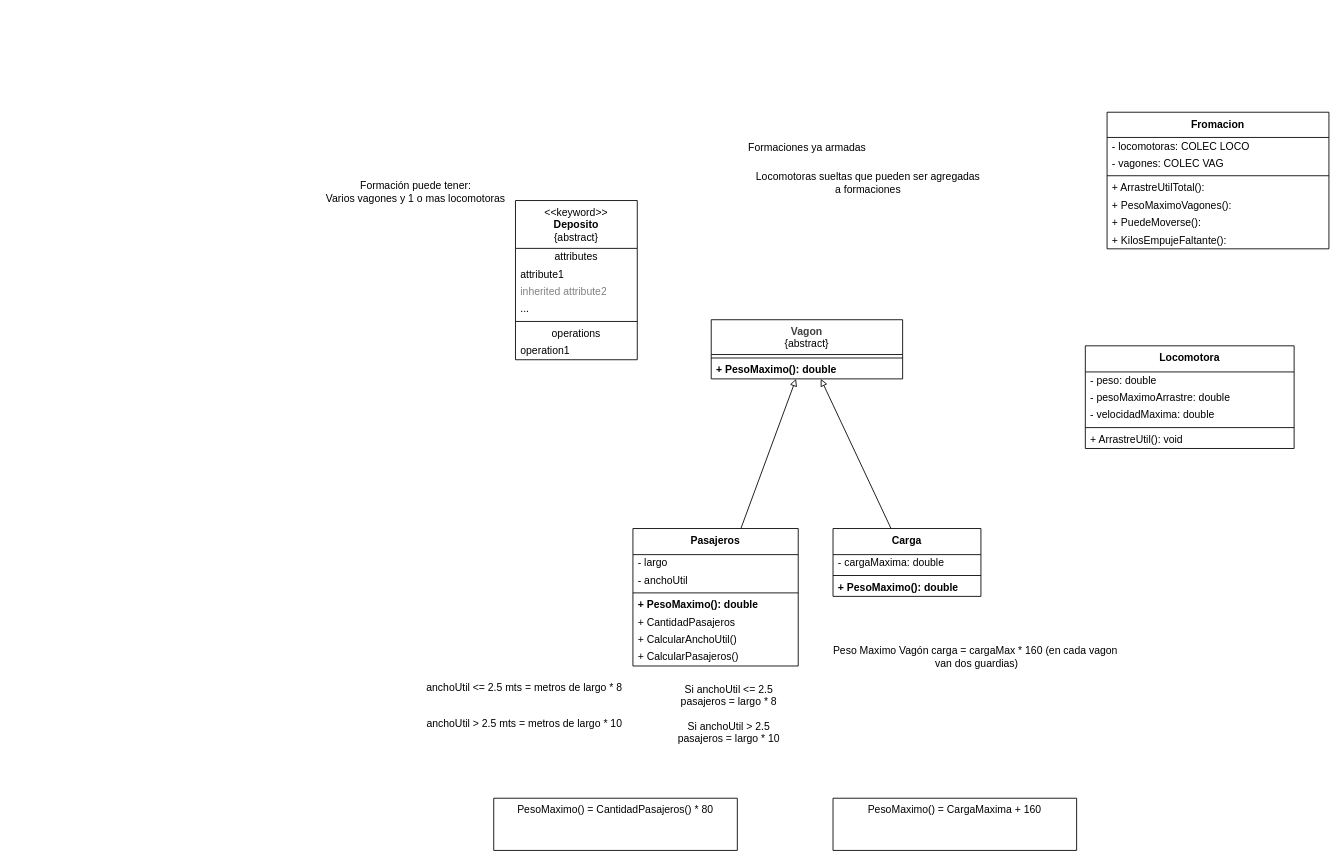
The draw.io diagram src/TrenesyDepositos/EJTrenesDepositosCS.dio in gastonjavierricchiardi/ejercicios-csharp-utn-2026, before the edit. Source tidied: cells renumbered, new cells numbered last; positions are measured from the earlier drawing's top-left corner, leaving out a move shared by most shapes. Both pictures are drawn from the tidied source at 87%, with x=0, y=0 at pixel (315, 112).
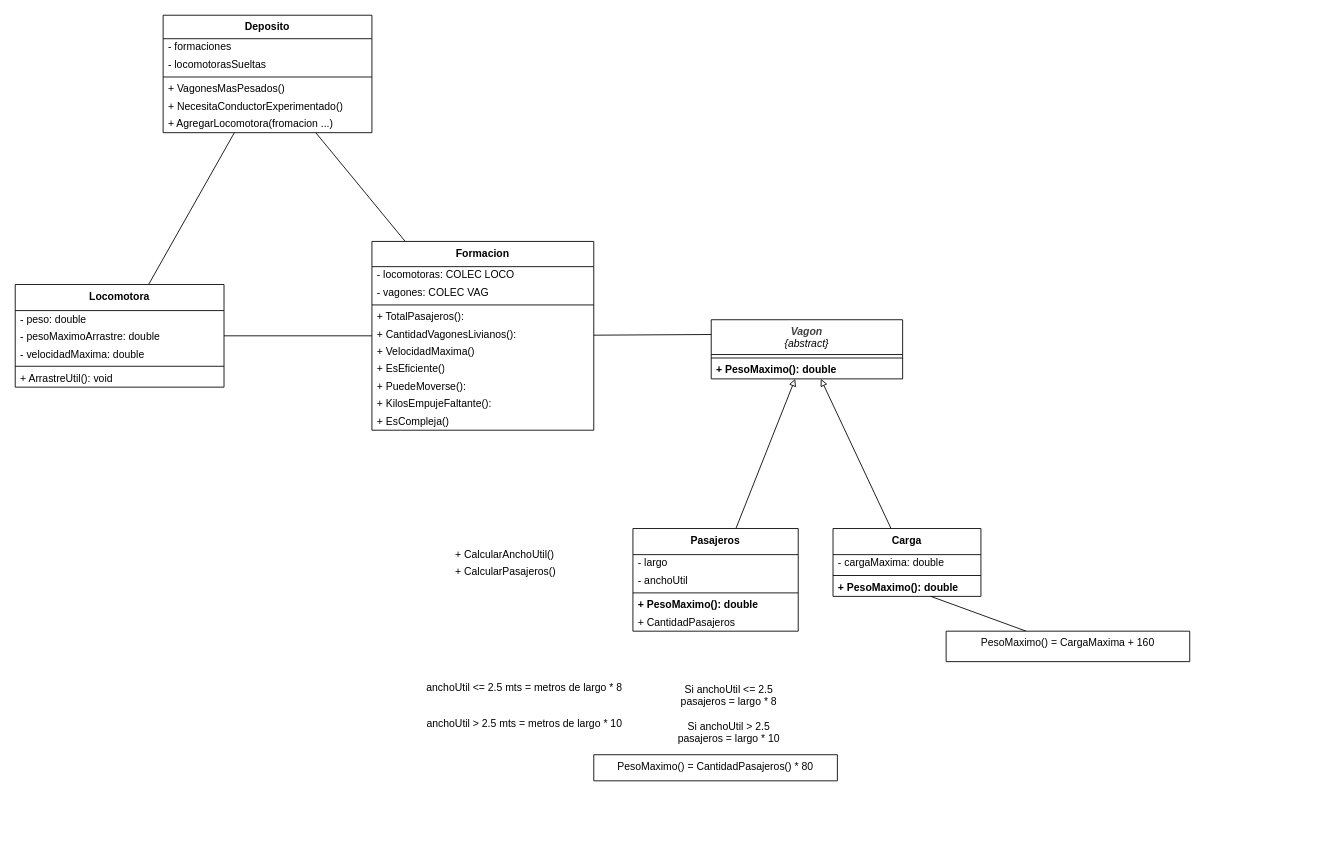
The same diagram, later.

The change refers to these unchanged cells:
```xml
<mxCell id="29" value="+ PesoMaximo(): double" style="text;html=1;strokeColor=none;fillColor=none;align=left;verticalAlign=middle;spacingLeft=4;spacingRight=4;overflow=hidden;points=[[0,0.5],[1,0.5]];portConstraint=eastwest;whiteSpace=wrap;fontStyle=1;" parent="26" vertex="1">
  <mxGeometry y="58" width="170" height="20" as="geometry" />
</mxCell>
```

Change to the diagram source:
```diff
@@
-    <mxCell id="2" value="&amp;lt;&amp;lt;keyword&amp;gt;&amp;gt;&lt;br&gt;&lt;b&gt;Deposito&lt;/b&gt;&lt;br&gt;{abstract}" style="swimlane;fontStyle=0;align=center;verticalAlign=top;horizontal=1;startSize=55;html=1;whiteSpace=wrap;" parent="1" vertex="1">
-      <mxGeometry x="230" y="101" width="140" height="183" as="geometry" />
+    <mxCell id="2" value="&lt;b&gt;Deposito&lt;/b&gt;" style="swimlane;fontStyle=0;align=center;verticalAlign=top;horizontal=1;startSize=27;html=1;whiteSpace=wrap;" parent="1" vertex="1">
+      <mxGeometry x="-175" y="-112" width="240" height="135" as="geometry" />
     </mxCell>
-    <mxCell id="3" value="attributes" style="text;html=1;strokeColor=none;fillColor=none;align=center;verticalAlign=middle;spacingLeft=4;spacingRight=4;overflow=hidden;whiteSpace=wrap;" parent="2" vertex="1">
-      <mxGeometry y="55" width="140" height="20" as="geometry" />
-    </mxCell>
-    <mxCell id="4" value="attribute1" style="text;html=1;strokeColor=none;fillColor=none;align=left;verticalAlign=middle;spacingLeft=4;spacingRight=4;overflow=hidden;whiteSpace=wrap;" parent="2" vertex="1">
-      <mxGeometry y="75" width="140" height="20" as="geometry" />
+    <mxCell id="4" value="- formaciones" style="text;html=1;strokeColor=none;fillColor=none;align=left;verticalAlign=middle;spacingLeft=4;spacingRight=4;overflow=hidden;whiteSpace=wrap;" parent="2" vertex="1">
+      <mxGeometry y="27" width="240" height="20" as="geometry" />
     </mxCell>
-    <mxCell id="5" value="inherited attribute2" style="text;html=1;strokeColor=none;fillColor=none;align=left;verticalAlign=middle;spacingLeft=4;spacingRight=4;overflow=hidden;fontColor=#808080;whiteSpace=wrap;" parent="2" vertex="1">
-      <mxGeometry y="95" width="140" height="20" as="geometry" />
-    </mxCell>
-    <mxCell id="6" value="..." style="text;html=1;strokeColor=none;fillColor=none;align=left;verticalAlign=middle;spacingLeft=4;spacingRight=4;overflow=hidden;whiteSpace=wrap;" parent="2" vertex="1">
-      <mxGeometry y="115" width="140" height="20" as="geometry" />
-    </mxCell>
+    <mxCell id="50" value="- locomotorasSueltas" style="text;html=1;strokeColor=none;fillColor=none;align=left;verticalAlign=middle;spacingLeft=4;spacingRight=4;overflow=hidden;whiteSpace=wrap;" parent="2" vertex="1">
+      <mxGeometry y="47" width="240" height="20" as="geometry" />
+    </mxCell>
     <mxCell id="7" style="line;strokeWidth=1;fillColor=none;align=left;verticalAlign=middle;spacingTop=-1;spacingLeft=3;spacingRight=3;labelPosition=right;" parent="2" vertex="1">
-      <mxGeometry y="135" width="140" height="8" as="geometry" />
+      <mxGeometry y="67" width="240" height="8" as="geometry" />
     </mxCell>
-    <mxCell id="8" value="operations" style="text;html=1;strokeColor=none;fillColor=none;align=center;verticalAlign=middle;spacingLeft=4;spacingRight=4;overflow=hidden;whiteSpace=wrap;" parent="2" vertex="1">
-      <mxGeometry y="143" width="140" height="20" as="geometry" />
-    </mxCell>
-    <mxCell id="9" value="operation1" style="text;html=1;strokeColor=none;fillColor=none;align=left;verticalAlign=middle;spacingLeft=4;spacingRight=4;overflow=hidden;whiteSpace=wrap;" parent="2" vertex="1">
-      <mxGeometry y="163" width="140" height="20" as="geometry" />
+    <mxCell id="9" value="+ VagonesMasPesados()" style="text;html=1;strokeColor=none;fillColor=none;align=left;verticalAlign=middle;spacingLeft=4;spacingRight=4;overflow=hidden;whiteSpace=wrap;" parent="2" vertex="1">
+      <mxGeometry y="75" width="240" height="20" as="geometry" />
     </mxCell>
-    <mxCell id="10" value="Formación puede tener:&lt;div&gt;Varios vagones y 1 o mas locomotoras&lt;/div&gt;" style="text;html=1;align=center;verticalAlign=middle;strokeColor=none;fillColor=none;" parent="1" vertex="1">
-      <mxGeometry y="71" width="230" height="40" as="geometry" />
-    </mxCell>
-    <mxCell id="11" value="Formaciones ya armadas" style="text;html=1;align=center;verticalAlign=middle;strokeColor=none;fillColor=none;" parent="1" vertex="1">
-      <mxGeometry x="485" y="26" width="160" height="30" as="geometry" />
-    </mxCell>
-    <mxCell id="12" value="Locomotoras sueltas que pueden ser agregadas&lt;div&gt;a formaciones&lt;/div&gt;" style="text;html=1;align=center;verticalAlign=middle;strokeColor=none;fillColor=none;" parent="1" vertex="1">
-      <mxGeometry x="495" y="61" width="280" height="40" as="geometry" />
-    </mxCell>
+    <mxCell id="51" value="+ NecesitaConductorExperimentado()" style="text;html=1;strokeColor=none;fillColor=none;align=left;verticalAlign=middle;spacingLeft=4;spacingRight=4;overflow=hidden;whiteSpace=wrap;" parent="2" vertex="1">
+      <mxGeometry y="95" width="240" height="20" as="geometry" />
+    </mxCell>
+    <mxCell id="52" value="+ AgregarLocomotora(fromacion ...)" style="text;html=1;strokeColor=none;fillColor=none;align=left;verticalAlign=middle;spacingLeft=4;spacingRight=4;overflow=hidden;whiteSpace=wrap;" parent="2" vertex="1">
+      <mxGeometry y="115" width="240" height="20" as="geometry" />
+    </mxCell>
-    <mxCell id="13" value="&lt;b style=&quot;color: rgb(63, 63, 63); scrollbar-color: rgb(226, 226, 226) rgb(251, 251, 251);&quot;&gt;Vagon&lt;/b&gt;&lt;br style=&quot;color: rgb(63, 63, 63); scrollbar-color: rgb(226, 226, 226) rgb(251, 251, 251);&quot;&gt;&lt;span style=&quot;color: rgb(0, 0, 0);&quot;&gt;{abstract}&lt;/span&gt;" style="swimlane;fontStyle=0;align=center;verticalAlign=top;horizontal=1;startSize=40;html=1;whiteSpace=wrap;" parent="1" vertex="1">
+    <mxCell id="13" value="&lt;i&gt;&lt;b style=&quot;color: rgb(63, 63, 63); scrollbar-color: rgb(226, 226, 226) rgb(251, 251, 251);&quot;&gt;Vagon&lt;/b&gt;&lt;br style=&quot;color: rgb(63, 63, 63); scrollbar-color: rgb(226, 226, 226) rgb(251, 251, 251);&quot;&gt;&lt;span style=&quot;color: rgb(0, 0, 0);&quot;&gt;{abstract}&lt;/span&gt;&lt;/i&gt;" style="swimlane;fontStyle=0;align=center;verticalAlign=top;horizontal=1;startSize=40;html=1;whiteSpace=wrap;" parent="1" vertex="1">
       <mxGeometry x="455" y="238" width="220" height="68" as="geometry" />
     </mxCell>
@@
     <mxCell id="17" value="&lt;b&gt;Pasajeros&lt;/b&gt;" style="swimlane;fontStyle=0;align=center;verticalAlign=top;horizontal=1;startSize=30;html=1;whiteSpace=wrap;" parent="1" vertex="1">
-      <mxGeometry x="365" y="478" width="190" height="158" as="geometry" />
+      <mxGeometry x="365" y="478" width="190" height="118" as="geometry" />
     </mxCell>
@@
-    <mxCell id="23" value="+ CalcularAnchoUtil()" style="text;html=1;strokeColor=none;fillColor=none;align=left;verticalAlign=middle;spacingLeft=4;spacingRight=4;overflow=hidden;whiteSpace=wrap;" parent="17" vertex="1">
-      <mxGeometry y="118" width="190" height="20" as="geometry" />
-    </mxCell>
-    <mxCell id="24" value="+ CalcularPasajeros()" style="text;html=1;strokeColor=none;fillColor=none;align=left;verticalAlign=middle;spacingLeft=4;spacingRight=4;overflow=hidden;whiteSpace=wrap;" parent="17" vertex="1">
-      <mxGeometry y="138" width="190" height="20" as="geometry" />
-    </mxCell>
@@
-    <mxCell id="33" value="Peso Maximo Vagón carga = cargaMax * 160 (en cada vagon&amp;nbsp;&lt;div&gt;van dos guardias)&lt;/div&gt;" style="text;html=1;align=center;verticalAlign=middle;strokeColor=none;fillColor=none;" parent="1" vertex="1">
-      <mxGeometry x="585" y="606" width="350" height="40" as="geometry" />
-    </mxCell>
+    <mxCell id="53" style="edgeStyle=none;html=1;endArrow=none;endFill=0;" parent="1" edge="1" source="34" target="40">
+      <mxGeometry relative="1" as="geometry" />
+    </mxCell>
+    <mxCell id="54" style="edgeStyle=none;html=1;endArrow=none;endFill=0;" parent="1" edge="1" source="34" target="2">
+      <mxGeometry relative="1" as="geometry" />
+    </mxCell>
     <mxCell id="34" value="&lt;b&gt;Locomotora&lt;/b&gt;" style="swimlane;fontStyle=0;align=center;verticalAlign=top;horizontal=1;startSize=30;html=1;whiteSpace=wrap;" parent="1" vertex="1">
-      <mxGeometry x="885" y="268" width="240" height="118" as="geometry" />
+      <mxGeometry x="-345" y="197.5" width="240" height="118" as="geometry" />
     </mxCell>
@@
+    <mxCell id="55" style="edgeStyle=none;html=1;entryX=0;entryY=0.25;entryDx=0;entryDy=0;endArrow=none;endFill=0;" parent="1" edge="1" source="40" target="13">
+      <mxGeometry relative="1" as="geometry" />
+    </mxCell>
+    <mxCell id="56" style="edgeStyle=none;html=1;endArrow=none;endFill=0;" parent="1" edge="1" source="40" target="2">
+      <mxGeometry relative="1" as="geometry" />
+    </mxCell>
-    <mxCell id="40" value="&lt;b&gt;Fromacion&lt;/b&gt;" style="swimlane;fontStyle=0;align=center;verticalAlign=top;horizontal=1;startSize=29;html=1;whiteSpace=wrap;" parent="1" vertex="1">
-      <mxGeometry x="910" y="-0.5" width="255" height="157" as="geometry" />
+    <mxCell id="40" value="&lt;b&gt;Formacion&lt;/b&gt;" style="swimlane;fontStyle=0;align=center;verticalAlign=top;horizontal=1;startSize=29;html=1;whiteSpace=wrap;" parent="1" vertex="1">
+      <mxGeometry x="65" y="148" width="255" height="217" as="geometry" />
     </mxCell>
@@
-    <mxCell id="44" value="+ ArrastreUtilTotal():" style="text;html=1;strokeColor=none;fillColor=none;align=left;verticalAlign=middle;spacingLeft=4;spacingRight=4;overflow=hidden;whiteSpace=wrap;" parent="40" vertex="1">
-      <mxGeometry y="77" width="255" height="20" as="geometry" />
-    </mxCell>
-    <mxCell id="45" value="+ PesoMaximoVagones():" style="text;html=1;strokeColor=none;fillColor=none;align=left;verticalAlign=middle;spacingLeft=4;spacingRight=4;overflow=hidden;whiteSpace=wrap;" parent="40" vertex="1">
-      <mxGeometry y="97" width="255" height="20" as="geometry" />
-    </mxCell>
+    <mxCell id="57" value="+ TotalPasajeros():" style="text;html=1;strokeColor=none;fillColor=none;align=left;verticalAlign=middle;spacingLeft=4;spacingRight=4;overflow=hidden;whiteSpace=wrap;" parent="40" vertex="1">
+      <mxGeometry y="77" width="255" height="20" as="geometry" />
+    </mxCell>
+    <mxCell id="58" value="+ CantidadVagonesLivianos():" style="text;html=1;strokeColor=none;fillColor=none;align=left;verticalAlign=middle;spacingLeft=4;spacingRight=4;overflow=hidden;whiteSpace=wrap;" parent="40" vertex="1">
+      <mxGeometry y="97" width="255" height="20" as="geometry" />
+    </mxCell>
+    <mxCell id="59" value="+ VelocidadMaxima()" style="text;html=1;strokeColor=none;fillColor=none;align=left;verticalAlign=middle;spacingLeft=4;spacingRight=4;overflow=hidden;whiteSpace=wrap;" parent="40" vertex="1">
+      <mxGeometry y="117" width="255" height="20" as="geometry" />
+    </mxCell>
+    <mxCell id="60" value="+ EsEficiente()" style="text;html=1;strokeColor=none;fillColor=none;align=left;verticalAlign=middle;spacingLeft=4;spacingRight=4;overflow=hidden;whiteSpace=wrap;" parent="40" vertex="1">
+      <mxGeometry y="137" width="255" height="20" as="geometry" />
+    </mxCell>
     <mxCell id="46" value="+ PuedeMoverse():" style="text;html=1;strokeColor=none;fillColor=none;align=left;verticalAlign=middle;spacingLeft=4;spacingRight=4;overflow=hidden;whiteSpace=wrap;" parent="40" vertex="1">
-      <mxGeometry y="117" width="255" height="20" as="geometry" />
+      <mxGeometry y="157" width="255" height="20" as="geometry" />
     </mxCell>
     <mxCell id="47" value="+ KilosEmpujeFaltante():" style="text;html=1;strokeColor=none;fillColor=none;align=left;verticalAlign=middle;spacingLeft=4;spacingRight=4;overflow=hidden;whiteSpace=wrap;" parent="40" vertex="1">
-      <mxGeometry y="137" width="255" height="20" as="geometry" />
+      <mxGeometry y="177" width="255" height="20" as="geometry" />
     </mxCell>
+    <mxCell id="61" value="+ EsCompleja()" style="text;html=1;strokeColor=none;fillColor=none;align=left;verticalAlign=middle;spacingLeft=4;spacingRight=4;overflow=hidden;whiteSpace=wrap;" parent="40" vertex="1">
+      <mxGeometry y="197" width="255" height="20" as="geometry" />
+    </mxCell>
     <mxCell id="48" value="PesoMaximo() = CantidadPasajeros() * 80" style="shape=note2;boundedLbl=1;whiteSpace=wrap;html=1;size=0;verticalAlign=top;align=center;" parent="1" vertex="1">
-      <mxGeometry x="205" y="788" width="280" height="60" as="geometry" />
+      <mxGeometry x="320" y="738" width="280" height="30" as="geometry" />
     </mxCell>
+    <mxCell id="62" style="edgeStyle=none;html=1;endArrow=none;endFill=0;" parent="1" edge="1" source="49" target="29">
+      <mxGeometry relative="1" as="geometry" />
+    </mxCell>
     <mxCell id="49" value="PesoMaximo() = CargaMaxima + 160" style="shape=note2;boundedLbl=1;whiteSpace=wrap;html=1;size=0;verticalAlign=top;align=center;" parent="1" vertex="1">
-      <mxGeometry x="595" y="788" width="280" height="60" as="geometry" />
+      <mxGeometry x="725" y="596" width="280" height="35" as="geometry" />
     </mxCell>
+    <mxCell id="23" value="+ CalcularAnchoUtil()" style="text;html=1;strokeColor=none;fillColor=none;align=left;verticalAlign=middle;spacingLeft=4;spacingRight=4;overflow=hidden;whiteSpace=wrap;" parent="1" vertex="1">
+      <mxGeometry x="155" y="498" width="190" height="20" as="geometry" />
+    </mxCell>
+    <mxCell id="24" value="+ CalcularPasajeros()" style="text;html=1;strokeColor=none;fillColor=none;align=left;verticalAlign=middle;spacingLeft=4;spacingRight=4;overflow=hidden;whiteSpace=wrap;" parent="1" vertex="1">
+      <mxGeometry x="155" y="518" width="190" height="20" as="geometry" />
+    </mxCell>
```
